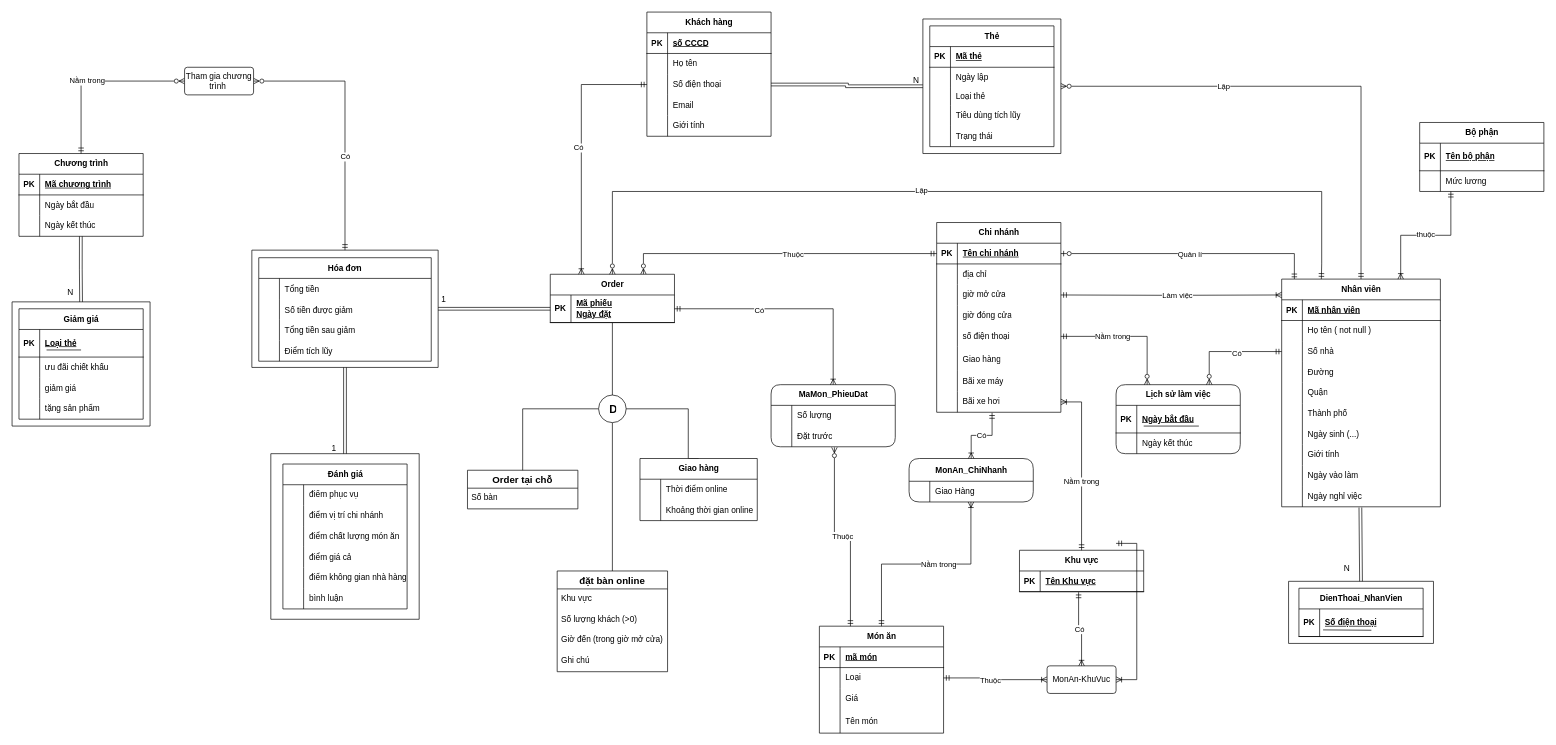
The draw.io diagram ER-SecondHalf.drawio in botbienn/Do-an-sushi-CSDL-22-1-nhom-10, before the edit. Source tidied: cells renumbered, new cells numbered last; positions are measured from the earlier drawing's top-left corner, leaving out a move shared by most shapes. Both pictures are drawn from the tidied source at 69%, with x=0, y=0 at pixel (12, 12).
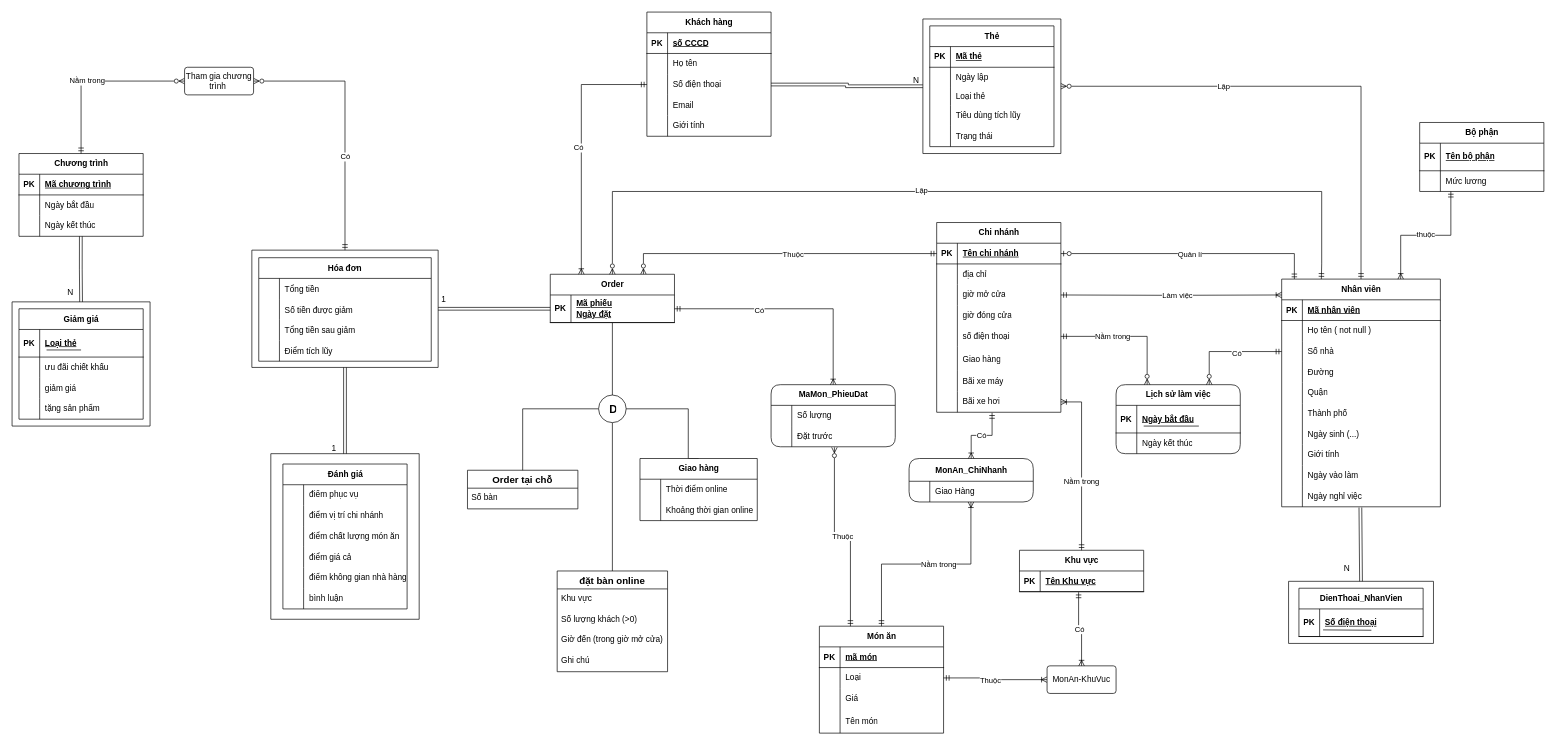
The same diagram, later.

The change refers to these unchanged cells:
```xml
<mxCell id="264" value="MonAn-KhuVuc" style="rounded=1;arcSize=10;whiteSpace=wrap;html=1;align=center;" parent="1" vertex="1">
  <mxGeometry x="1500" y="947.5" width="100" height="40" as="geometry" />
</mxCell>
```

Diff of the diagram source:
```diff
@@
-    <mxCell id="263" style="edgeStyle=entityRelationEdgeStyle;fontSize=12;html=1;endArrow=ERoneToMany;endFill=0;rounded=0;entryX=1;entryY=0.5;entryDx=0;entryDy=0;exitX=0;exitY=0.5;exitDx=0;exitDy=0;startArrow=ERmandOne;startFill=0;" parent="1" edge="1" target="264">
-      <mxGeometry relative="1" as="geometry">
-        <mxPoint x="1600" y="770" as="sourcePoint" />
-      </mxGeometry>
-    </mxCell>
```
